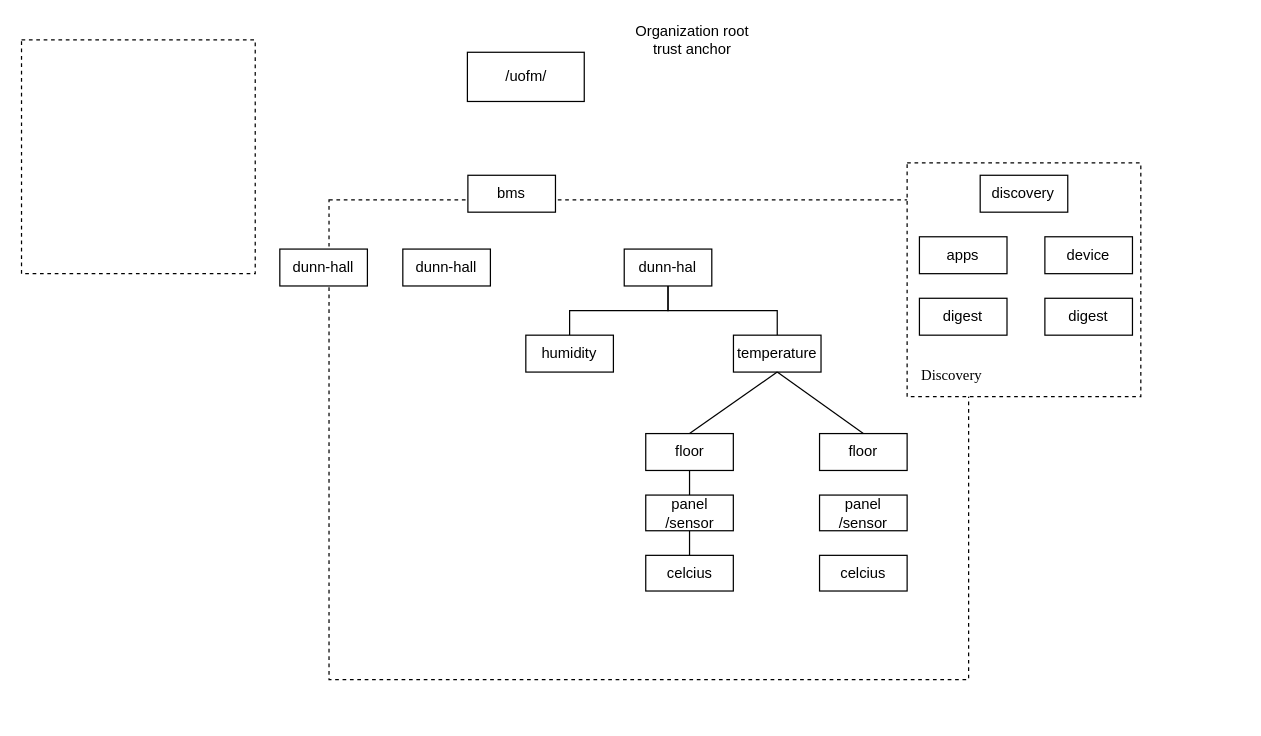
dulalsaurab/ROUTING keeps this draw.io diagram as Untitled Diagram.drawio. Above is the earlier version. Source tidied: cells renumbered, new cells numbered last; positions are measured from the earlier drawing's top-left corner, leaving out a move shared by most shapes. Both pictures are drawn from the tidied source at 123%, with x=0, y=0 at pixel (21, 21).
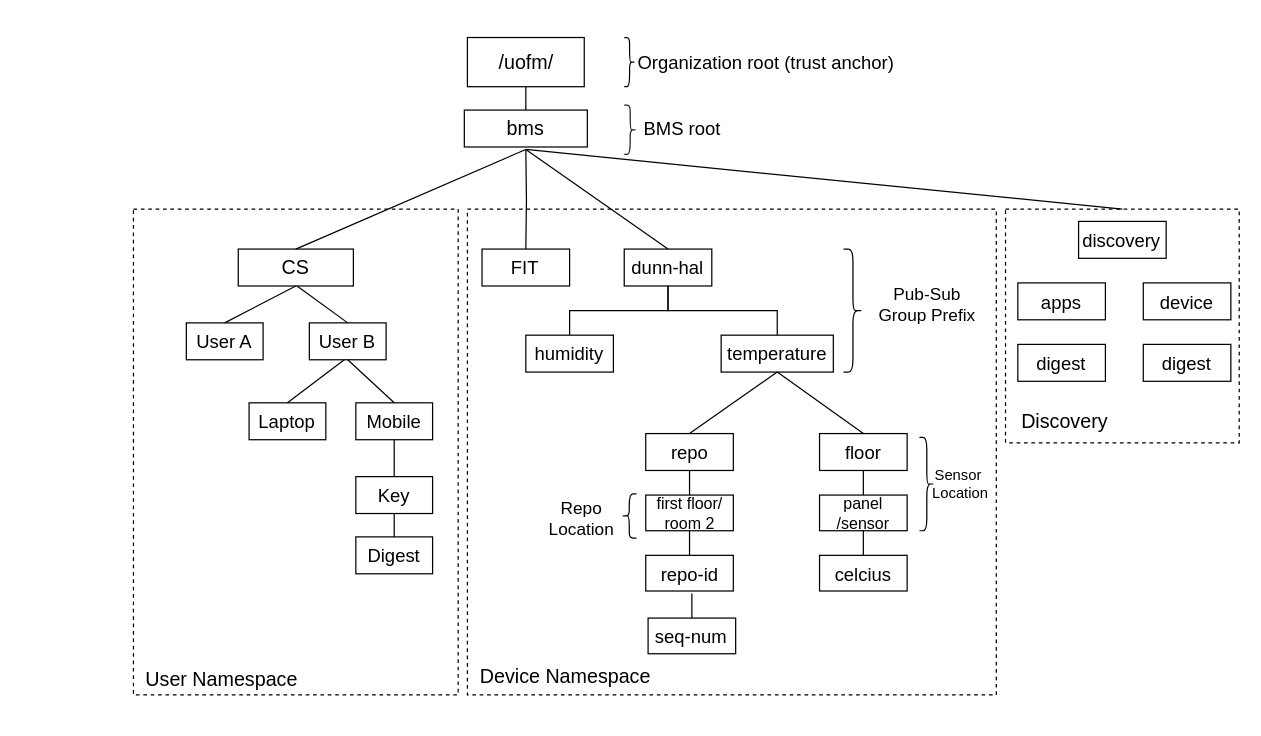
The same diagram, later.

What changed in the source:
```diff
@@
+    <mxCell id="31" style="edgeStyle=orthogonalEdgeStyle;rounded=0;jettySize=auto;html=1;exitX=0.5;exitY=1;exitDx=0;exitDy=0;entryX=0.5;entryY=0;entryDx=0;entryDy=0;startArrow=none;startFill=0;endArrow=none;endFill=0;" parent="1" edge="1" source="2" target="13">
+      <mxGeometry relative="1" as="geometry" />
+    </mxCell>
-    <mxCell id="2" value="/uofm/" style="rounded=0;whiteSpace=wrap;html=1;" parent="1" vertex="1">
-      <mxGeometry x="362.5" y="25" width="95" height="40" as="geometry" />
+    <mxCell id="2" value="&lt;font style=&quot;font-size: 16px&quot;&gt;/uofm/&lt;/font&gt;" style="rounded=0;whiteSpace=wrap;html=1;" parent="1" vertex="1">
+      <mxGeometry x="362.5" y="13" width="95" height="40" as="geometry" />
     </mxCell>
-    <mxCell id="3" value="Organization root&lt;br&gt;trust anchor" style="text;html=1;align=center;verticalAlign=middle;" parent="1" vertex="1">
-      <mxGeometry x="490" width="110" height="30" as="geometry" />
-    </mxCell>
-    <mxCell id="4" style="whiteSpace=wrap;html=1;dashed=1;" parent="1" vertex="1">
-      <mxGeometry y="15" width="190" height="190" as="geometry" />
-    </mxCell>
-    <mxCell id="5" style="rounded=0;whiteSpace=wrap;html=1;dashed=1;fillColor=none;" parent="1" vertex="1">
-      <mxGeometry x="250" y="145" width="520" height="390" as="geometry" />
+    <mxCell id="5" value="&lt;font style=&quot;font-size: 16px&quot;&gt;&lt;br&gt;&lt;br&gt;&lt;br&gt;&lt;br&gt;&lt;br&gt;&lt;br&gt;&lt;br&gt;&lt;br&gt;&lt;br&gt;&lt;br&gt;&lt;br&gt;&lt;br&gt;&lt;br&gt;&lt;br&gt;&lt;br&gt;&lt;br&gt;&lt;br&gt;&lt;br&gt;&lt;br&gt;&lt;font style=&quot;font-size: 16px&quot;&gt;&lt;br&gt;&amp;nbsp; Device Namespace&amp;nbsp; &amp;nbsp; &amp;nbsp; &amp;nbsp; &amp;nbsp; &amp;nbsp; &amp;nbsp; &amp;nbsp; &amp;nbsp; &amp;nbsp; &amp;nbsp; &amp;nbsp; &amp;nbsp; &amp;nbsp; &amp;nbsp; &amp;nbsp; &amp;nbsp; &amp;nbsp; &amp;nbsp; &amp;nbsp; &amp;nbsp; &amp;nbsp; &amp;nbsp; &amp;nbsp; &amp;nbsp; &amp;nbsp; &amp;nbsp; &amp;nbsp; &amp;nbsp; &amp;nbsp; &amp;nbsp; &amp;nbsp; &amp;nbsp; &amp;nbsp; &amp;nbsp; &amp;nbsp; &amp;nbsp; &amp;nbsp; &amp;nbsp; &amp;nbsp; &amp;nbsp;&amp;nbsp;&lt;/font&gt;&lt;/font&gt;" style="rounded=0;whiteSpace=wrap;html=1;dashed=1;" parent="1" vertex="1">
+      <mxGeometry x="362.5" y="152.5" width="430" height="395" as="geometry" />
     </mxCell>
     <mxCell id="6" style="group;" parent="1" vertex="1">
-      <mxGeometry x="720" y="115" width="190" height="190" as="geometry" />
+      <mxGeometry x="800" y="152.5" width="190" height="190" as="geometry" />
     </mxCell>
-    <mxCell id="7" value="&lt;h3 style=&quot;text-align: left&quot;&gt;&lt;font face=&quot;Times New Roman&quot; style=&quot;font-weight: normal&quot;&gt;&lt;br&gt;&lt;/font&gt;&lt;/h3&gt;&lt;h3&gt;&lt;font face=&quot;Times New Roman&quot; style=&quot;font-weight: normal&quot;&gt;&lt;br&gt;&lt;/font&gt;&lt;/h3&gt;&lt;h3&gt;&lt;font face=&quot;Times New Roman&quot; style=&quot;font-weight: normal&quot;&gt;&lt;br&gt;&lt;/font&gt;&lt;/h3&gt;&lt;h3&gt;&lt;span style=&quot;font-family: &amp;#34;times new roman&amp;#34; ; font-size: 12px ; font-weight: normal&quot;&gt;&lt;br&gt;&lt;/span&gt;&lt;/h3&gt;&lt;h3&gt;&lt;span style=&quot;font-family: &amp;#34;times new roman&amp;#34; ; font-size: 12px ; font-weight: normal&quot;&gt;&lt;br&gt;&lt;/span&gt;&lt;/h3&gt;&lt;h3&gt;&lt;span style=&quot;font-family: &amp;#34;times new roman&amp;#34; ; font-size: 12px ; font-weight: normal&quot;&gt;Discovery&amp;nbsp; &amp;nbsp; &amp;nbsp; &amp;nbsp; &amp;nbsp; &amp;nbsp; &amp;nbsp; &amp;nbsp; &amp;nbsp; &amp;nbsp; &amp;nbsp; &amp;nbsp; &amp;nbsp; &amp;nbsp; &amp;nbsp; &amp;nbsp; &amp;nbsp; &amp;nbsp; &amp;nbsp; &amp;nbsp;&lt;/span&gt;&lt;br&gt;&lt;/h3&gt;" style="whiteSpace=wrap;html=1;dashed=1;" parent="6" vertex="1">
+    <mxCell id="7" value="&lt;h3 style=&quot;text-align: left&quot;&gt;&lt;font style=&quot;font-weight: normal&quot;&gt;&lt;br&gt;&lt;/font&gt;&lt;/h3&gt;&lt;h3&gt;&lt;font style=&quot;font-weight: normal&quot;&gt;&lt;br&gt;&lt;/font&gt;&lt;/h3&gt;&lt;h3&gt;&lt;font style=&quot;font-weight: normal&quot;&gt;&lt;br&gt;&lt;/font&gt;&lt;/h3&gt;&lt;h3&gt;&lt;span style=&quot;font-size: 12px ; font-weight: normal&quot;&gt;&lt;br&gt;&lt;/span&gt;&lt;/h3&gt;&lt;h3&gt;&lt;span style=&quot;font-size: 12px ; font-weight: normal&quot;&gt;&lt;br&gt;&lt;/span&gt;&lt;/h3&gt;&lt;h3 style=&quot;font-size: 16px&quot;&gt;&lt;span style=&quot;font-weight: normal&quot;&gt;&lt;font style=&quot;font-size: 16px&quot;&gt;&lt;br&gt;&amp;nbsp; Discovery&lt;/font&gt;&lt;/span&gt;&lt;span style=&quot;font-weight: normal&quot;&gt;&amp;nbsp; &amp;nbsp; &amp;nbsp; &amp;nbsp; &amp;nbsp; &amp;nbsp; &amp;nbsp; &amp;nbsp; &amp;nbsp; &amp;nbsp; &amp;nbsp; &amp;nbsp; &amp;nbsp; &amp;nbsp; &amp;nbsp; &amp;nbsp;&amp;nbsp;&lt;/span&gt;&lt;br&gt;&lt;/h3&gt;" style="whiteSpace=wrap;html=1;dashed=1;" parent="6" vertex="1">
       <mxGeometry width="190" height="190" as="geometry" />
     </mxCell>
-    <mxCell id="8" value="discovery" style="rounded=0;whiteSpace=wrap;html=1;" parent="6" vertex="1">
+    <mxCell id="8" value="&lt;font style=&quot;font-size: 15px&quot;&gt;discovery&lt;/font&gt;" style="rounded=0;whiteSpace=wrap;html=1;" parent="6" vertex="1">
       <mxGeometry x="59.4" y="10" width="71.2" height="30" as="geometry" />
     </mxCell>
-    <mxCell id="9" value="apps" style="rounded=0;whiteSpace=wrap;html=1;" parent="6" vertex="1">
+    <mxCell id="9" value="&lt;font style=&quot;font-size: 15px&quot;&gt;apps&lt;/font&gt;" style="rounded=0;whiteSpace=wrap;html=1;" parent="6" vertex="1">
       <mxGeometry x="10" y="60" width="71.2" height="30" as="geometry" />
     </mxCell>
-    <mxCell id="10" value="device" style="rounded=0;whiteSpace=wrap;html=1;" parent="6" vertex="1">
+    <mxCell id="10" value="&lt;font style=&quot;font-size: 15px&quot;&gt;device&lt;/font&gt;" style="rounded=0;whiteSpace=wrap;html=1;" parent="6" vertex="1">
       <mxGeometry x="112" y="60" width="71.2" height="30" as="geometry" />
     </mxCell>
-    <mxCell id="11" value="digest" style="rounded=0;whiteSpace=wrap;html=1;" parent="6" vertex="1">
+    <mxCell id="11" value="&lt;font style=&quot;font-size: 15px&quot;&gt;digest&lt;/font&gt;" style="rounded=0;whiteSpace=wrap;html=1;" parent="6" vertex="1">
       <mxGeometry x="10" y="110" width="71.2" height="30" as="geometry" />
     </mxCell>
-    <mxCell id="12" value="digest" style="rounded=0;whiteSpace=wrap;html=1;" parent="6" vertex="1">
+    <mxCell id="12" value="&lt;font style=&quot;font-size: 15px&quot;&gt;digest&lt;/font&gt;" style="rounded=0;whiteSpace=wrap;html=1;" parent="6" vertex="1">
       <mxGeometry x="112" y="110" width="71.2" height="30" as="geometry" />
     </mxCell>
+    <mxCell id="32" style="edgeStyle=orthogonalEdgeStyle;rounded=0;jettySize=auto;html=1;exitX=0.5;exitY=1;exitDx=0;exitDy=0;entryX=0.5;entryY=0;entryDx=0;entryDy=0;startArrow=none;startFill=0;endArrow=none;endFill=0;" parent="1" edge="1" target="18">
+      <mxGeometry relative="1" as="geometry">
+        <mxPoint x="410" y="104" as="sourcePoint" />
+      </mxGeometry>
+    </mxCell>
-    <mxCell id="13" value="bms" style="rounded=0;whiteSpace=wrap;html=1;" parent="1" vertex="1">
-      <mxGeometry x="362.9" y="125" width="71.2" height="30" as="geometry" />
+    <mxCell id="13" value="&lt;font style=&quot;font-size: 16px&quot;&gt;bms&lt;/font&gt;" style="rounded=0;whiteSpace=wrap;html=1;" parent="1" vertex="1">
+      <mxGeometry x="360" y="72" width="100" height="30" as="geometry" />
     </mxCell>
-    <mxCell id="14" value="dunn-hall" style="rounded=0;whiteSpace=wrap;html=1;" parent="1" vertex="1">
-      <mxGeometry x="210" y="185" width="71.2" height="30" as="geometry" />
-    </mxCell>
@@
-    <mxCell id="17" value="dunn-hal" style="rounded=0;whiteSpace=wrap;html=1;" parent="1" vertex="1">
+    <mxCell id="17" value="&lt;font style=&quot;font-size: 15px&quot;&gt;dunn-hal&lt;/font&gt;" style="rounded=0;whiteSpace=wrap;html=1;" parent="1" vertex="1">
       <mxGeometry x="490" y="185" width="71.2" height="30" as="geometry" />
     </mxCell>
-    <mxCell id="18" value="dunn-hall" style="rounded=0;whiteSpace=wrap;html=1;" parent="1" vertex="1">
-      <mxGeometry x="310" y="185" width="71.2" height="30" as="geometry" />
+    <mxCell id="18" value="&lt;font style=&quot;font-size: 15px&quot;&gt;FIT&lt;/font&gt;" style="rounded=0;whiteSpace=wrap;html=1;" parent="1" vertex="1">
+      <mxGeometry x="374.4" y="185" width="71.2" height="30" as="geometry" />
     </mxCell>
-    <mxCell id="19" value="humidity" style="rounded=0;whiteSpace=wrap;html=1;" parent="1" vertex="1">
+    <mxCell id="19" value="&lt;font style=&quot;font-size: 15px&quot;&gt;humidity&lt;/font&gt;" style="rounded=0;whiteSpace=wrap;html=1;" parent="1" vertex="1">
       <mxGeometry x="410" y="255" width="71.2" height="30" as="geometry" />
     </mxCell>
@@
-    <mxCell id="21" value="floor" style="rounded=0;whiteSpace=wrap;html=1;" parent="1" vertex="1">
+    <mxCell id="21" value="&lt;font style=&quot;font-size: 15px&quot;&gt;repo&lt;/font&gt;" style="rounded=0;whiteSpace=wrap;html=1;" parent="1" vertex="1">
       <mxGeometry x="507.5" y="335" width="71.2" height="30" as="geometry" />
     </mxCell>
-    <mxCell id="22" value="temperature" style="rounded=0;whiteSpace=wrap;html=1;" parent="1" vertex="1">
-      <mxGeometry x="578.8" y="255" width="71.2" height="30" as="geometry" />
+    <mxCell id="22" value="&lt;font style=&quot;font-size: 15px&quot;&gt;temperature&lt;/font&gt;" style="rounded=0;whiteSpace=wrap;html=1;" parent="1" vertex="1">
+      <mxGeometry x="568.8" y="255" width="91.2" height="30" as="geometry" />
     </mxCell>
@@
-    <mxCell id="24" value="panel&lt;br&gt;/sensor" style="rounded=0;whiteSpace=wrap;html=1;" parent="1" vertex="1">
+    <mxCell id="24" value="&lt;font style=&quot;font-size: 13px&quot;&gt;first floor/&lt;br&gt;room 2&lt;/font&gt;" style="rounded=0;whiteSpace=wrap;html=1;" parent="1" vertex="1">
       <mxGeometry x="507.5" y="385" width="71.2" height="29" as="geometry" />
     </mxCell>
-    <mxCell id="25" value="&lt;span id=&quot;docs-internal-guid-1526ecd3-7fff-48b2-5e1f-bb265e6a694b&quot;&gt;&lt;span style=&quot;background-color: transparent ; vertical-align: baseline ; white-space: pre-wrap&quot;&gt;celcius&lt;br&gt;&lt;/span&gt;&lt;/span&gt;" style="rounded=0;whiteSpace=wrap;html=1;" parent="1" vertex="1">
+    <mxCell id="25" value="&lt;span id=&quot;docs-internal-guid-1526ecd3-7fff-48b2-5e1f-bb265e6a694b&quot;&gt;&lt;span style=&quot;background-color: transparent ; vertical-align: baseline ; white-space: pre-wrap&quot;&gt;&lt;font style=&quot;font-size: 15px&quot;&gt;repo-id&lt;/font&gt;&lt;br&gt;&lt;/span&gt;&lt;/span&gt;" style="rounded=0;whiteSpace=wrap;html=1;" parent="1" vertex="1">
       <mxGeometry x="507.5" y="434" width="71.2" height="29" as="geometry" />
     </mxCell>
@@
-    <mxCell id="27" value="floor" style="rounded=0;whiteSpace=wrap;html=1;" parent="1" vertex="1">
+    <mxCell id="27" value="&lt;font style=&quot;font-size: 15px&quot;&gt;floor&lt;/font&gt;" style="rounded=0;whiteSpace=wrap;html=1;" parent="1" vertex="1">
       <mxGeometry x="648.8" y="335" width="71.2" height="30" as="geometry" />
     </mxCell>
+    <mxCell id="33" style="edgeStyle=orthogonalEdgeStyle;rounded=0;jettySize=auto;html=1;exitX=0.5;exitY=1;exitDx=0;exitDy=0;entryX=0.5;entryY=0;entryDx=0;entryDy=0;startArrow=none;startFill=0;endArrow=none;endFill=0;" parent="1" edge="1" source="28" target="29">
+      <mxGeometry relative="1" as="geometry" />
+    </mxCell>
-    <mxCell id="28" value="panel&lt;br&gt;/sensor" style="rounded=0;whiteSpace=wrap;html=1;" parent="1" vertex="1">
+    <mxCell id="28" value="&lt;font style=&quot;font-size: 13px&quot;&gt;panel&lt;br&gt;/sensor&lt;/font&gt;" style="rounded=0;whiteSpace=wrap;html=1;" parent="1" vertex="1">
       <mxGeometry x="648.8" y="385" width="71.2" height="29" as="geometry" />
     </mxCell>
-    <mxCell id="29" value="&lt;span id=&quot;docs-internal-guid-1526ecd3-7fff-48b2-5e1f-bb265e6a694b&quot;&gt;&lt;span style=&quot;background-color: transparent ; vertical-align: baseline ; white-space: pre-wrap&quot;&gt;celcius&lt;br&gt;&lt;/span&gt;&lt;/span&gt;" style="rounded=0;whiteSpace=wrap;html=1;" parent="1" vertex="1">
+    <mxCell id="29" value="&lt;span id=&quot;docs-internal-guid-1526ecd3-7fff-48b2-5e1f-bb265e6a694b&quot;&gt;&lt;span style=&quot;background-color: transparent ; vertical-align: baseline ; white-space: pre-wrap&quot;&gt;&lt;font style=&quot;font-size: 15px&quot;&gt;celcius&lt;/font&gt;&lt;br&gt;&lt;/span&gt;&lt;/span&gt;" style="rounded=0;whiteSpace=wrap;html=1;" parent="1" vertex="1">
       <mxGeometry x="648.8" y="434" width="71.2" height="29" as="geometry" />
     </mxCell>
@@
+    <mxCell id="34" value="&lt;span id=&quot;docs-internal-guid-1526ecd3-7fff-48b2-5e1f-bb265e6a694b&quot;&gt;&lt;span style=&quot;background-color: transparent ; vertical-align: baseline ; white-space: pre-wrap&quot;&gt;&lt;font style=&quot;font-size: 15px&quot;&gt;seq-num&lt;/font&gt;&lt;br&gt;&lt;/span&gt;&lt;/span&gt;" style="rounded=0;whiteSpace=wrap;html=1;" parent="1" vertex="1">
+      <mxGeometry x="509.4" y="485" width="71.2" height="29" as="geometry" />
+    </mxCell>
+    <mxCell id="35" style="edgeStyle=orthogonalEdgeStyle;rounded=0;jettySize=auto;html=1;endArrow=none;endFill=0;entryX=0.5;entryY=0;entryDx=0;entryDy=0;" parent="1" edge="1" target="34">
+      <mxGeometry relative="1" as="geometry">
+        <mxPoint x="545" y="465" as="sourcePoint" />
+      </mxGeometry>
+    </mxCell>
+    <mxCell id="36" style="endArrow=none;html=1;exitX=0.5;exitY=0;exitDx=0;exitDy=0;entryX=0.5;entryY=1;entryDx=0;entryDy=0;" parent="1" edge="1" source="28" target="27">
+      <mxGeometry relative="1" as="geometry" />
+    </mxCell>
+    <mxCell id="37" style="endArrow=none;html=1;entryX=0.5;entryY=1;entryDx=0;entryDy=0;exitX=0.5;exitY=0;exitDx=0;exitDy=0;" parent="1" edge="1" source="17">
+      <mxGeometry relative="1" as="geometry">
+        <mxPoint x="410" y="104" as="targetPoint" />
+      </mxGeometry>
+    </mxCell>
+    <mxCell id="38" value="&lt;br&gt;&lt;br&gt;&lt;br&gt;&lt;br&gt;&lt;br&gt;&lt;br&gt;&lt;br&gt;&lt;br&gt;&lt;br&gt;&lt;br&gt;&lt;br&gt;&lt;br&gt;&lt;br&gt;&lt;br&gt;&lt;br&gt;&lt;br&gt;&lt;br&gt;&lt;br&gt;&lt;br&gt;&lt;br&gt;&lt;br&gt;&lt;br&gt;&lt;br&gt;&lt;br&gt;&lt;br&gt;&lt;br&gt;&lt;br&gt;&lt;font style=&quot;font-size: 16px&quot;&gt;&lt;font style=&quot;font-size: 16px&quot;&gt;&amp;nbsp; User Namespace&amp;nbsp; &lt;/font&gt;&lt;font style=&quot;font-size: 16px&quot;&gt;&amp;nbsp; &amp;nbsp; &amp;nbsp; &amp;nbsp; &amp;nbsp; &amp;nbsp; &amp;nbsp; &amp;nbsp; &amp;nbsp; &amp;nbsp; &amp;nbsp; &amp;nbsp; &amp;nbsp; &amp;nbsp; &amp;nbsp; &amp;nbsp; &lt;/font&gt;&lt;/font&gt;&lt;font style=&quot;font-size: 15px&quot;&gt;&amp;nbsp; &amp;nbsp; &amp;nbsp; &amp;nbsp;&lt;/font&gt;" style="rounded=0;whiteSpace=wrap;html=1;dashed=1;" parent="1" vertex="1">
+      <mxGeometry x="91" y="152.5" width="264" height="395" as="geometry" />
+    </mxCell>
+    <mxCell id="39" value="&lt;font style=&quot;font-size: 16px&quot;&gt;CS&lt;/font&gt;" style="rounded=0;whiteSpace=wrap;html=1;" parent="1" vertex="1">
+      <mxGeometry x="176.2" y="185" width="93.6" height="30" as="geometry" />
+    </mxCell>
+    <mxCell id="40" value="&lt;font style=&quot;font-size: 15px&quot;&gt;User A&lt;/font&gt;" style="rounded=0;whiteSpace=wrap;html=1;" parent="1" vertex="1">
+      <mxGeometry x="134" y="245" width="62.4" height="30" as="geometry" />
+    </mxCell>
+    <mxCell id="41" value="&lt;font style=&quot;font-size: 15px&quot;&gt;User B&lt;/font&gt;" style="rounded=0;whiteSpace=wrap;html=1;" parent="1" vertex="1">
+      <mxGeometry x="234" y="245" width="62.4" height="30" as="geometry" />
+    </mxCell>
+    <mxCell id="42" value="&lt;font style=&quot;font-size: 15px&quot;&gt;Laptop&lt;/font&gt;" style="rounded=0;whiteSpace=wrap;html=1;" parent="1" vertex="1">
+      <mxGeometry x="185" y="310" width="62.4" height="30" as="geometry" />
+    </mxCell>
+    <mxCell id="43" style="edgeStyle=orthogonalEdgeStyle;rounded=0;jettySize=auto;html=1;exitX=0.5;exitY=1;exitDx=0;exitDy=0;entryX=0.5;entryY=0;entryDx=0;entryDy=0;startArrow=none;startFill=0;endArrow=none;endFill=0;" parent="1" edge="1" source="44" target="46">
+      <mxGeometry relative="1" as="geometry" />
+    </mxCell>
+    <mxCell id="44" value="&lt;font style=&quot;font-size: 15px&quot;&gt;Mobile&lt;/font&gt;" style="rounded=0;whiteSpace=wrap;html=1;" parent="1" vertex="1">
+      <mxGeometry x="271.8" y="310" width="62.4" height="30" as="geometry" />
+    </mxCell>
+    <mxCell id="45" style="edgeStyle=orthogonalEdgeStyle;rounded=0;jettySize=auto;html=1;exitX=0.5;exitY=1;exitDx=0;exitDy=0;entryX=0.5;entryY=0;entryDx=0;entryDy=0;startArrow=none;startFill=0;endArrow=none;endFill=0;" parent="1" edge="1" source="46" target="47">
+      <mxGeometry relative="1" as="geometry" />
+    </mxCell>
+    <mxCell id="46" value="&lt;font style=&quot;font-size: 15px&quot;&gt;Key&lt;/font&gt;" style="rounded=0;whiteSpace=wrap;html=1;" parent="1" vertex="1">
+      <mxGeometry x="271.8" y="370" width="62.4" height="30" as="geometry" />
+    </mxCell>
+    <mxCell id="47" value="&lt;font style=&quot;font-size: 15px&quot;&gt;Digest&lt;/font&gt;" style="rounded=0;whiteSpace=wrap;html=1;" parent="1" vertex="1">
+      <mxGeometry x="271.8" y="419" width="62.4" height="30" as="geometry" />
+    </mxCell>
+    <mxCell id="48" style="shape=curlyBracket;whiteSpace=wrap;html=1;rounded=1;fillColor=#ffffff;rotation=-180;strokeColor=#000000;fontStyle=1;strokeWidth=1;gradientColor=#b3b3b3;perimeterSpacing=0;" parent="1" vertex="1">
+      <mxGeometry x="490" y="13" width="8.7" height="40" as="geometry" />
+    </mxCell>
+    <mxCell id="49" style="shape=curlyBracket;whiteSpace=wrap;html=1;rounded=1;fillColor=#f5f5f5;rotation=-180;strokeColor=#1C1C1C;strokeWidth=1;gradientColor=#b3b3b3;" parent="1" vertex="1">
+      <mxGeometry x="490" y="68" width="9.7" height="40" as="geometry" />
+    </mxCell>
+    <mxCell id="50" value="&lt;font style=&quot;font-size: 15px&quot;&gt;Organization root (trust anchor)&lt;/font&gt;" style="text;html=1;align=center;verticalAlign=middle;" parent="1" vertex="1">
+      <mxGeometry x="494.7" y="23" width="220" height="20" as="geometry" />
+    </mxCell>
+    <mxCell id="51" value="&lt;font style=&quot;font-size: 15px&quot;&gt;BMS root&amp;nbsp;&lt;/font&gt;" style="text;html=1;align=center;verticalAlign=middle;" parent="1" vertex="1">
+      <mxGeometry x="498.7" y="77" width="80" height="20" as="geometry" />
+    </mxCell>
+    <mxCell id="52" style="endArrow=none;html=1;entryX=0.5;entryY=1;entryDx=0;entryDy=0;exitX=0.5;exitY=0;exitDx=0;exitDy=0;" parent="1" edge="1" source="40" target="39">
+      <mxGeometry relative="1" as="geometry" />
+    </mxCell>
+    <mxCell id="53" style="endArrow=none;html=1;exitX=0.5;exitY=0;exitDx=0;exitDy=0;" parent="1" edge="1" source="41">
+      <mxGeometry relative="1" as="geometry">
+        <mxPoint x="224" y="215" as="targetPoint" />
+      </mxGeometry>
+    </mxCell>
+    <mxCell id="54" style="endArrow=none;html=1;entryX=0.654;entryY=0.316;entryDx=0;entryDy=0;entryPerimeter=0;exitX=0.5;exitY=0;exitDx=0;exitDy=0;" parent="1" edge="1" source="42">
+      <mxGeometry relative="1" as="geometry">
+        <mxPoint x="262.7" y="274.8" as="targetPoint" />
+      </mxGeometry>
+    </mxCell>
+    <mxCell id="55" style="endArrow=none;html=1;entryX=0.5;entryY=1;entryDx=0;entryDy=0;exitX=0.5;exitY=0;exitDx=0;exitDy=0;" parent="1" edge="1" source="44" target="41">
+      <mxGeometry relative="1" as="geometry" />
+    </mxCell>
+    <mxCell id="56" style="endArrow=none;html=1;exitX=0.5;exitY=0;exitDx=0;exitDy=0;entryX=0.5;entryY=1;entryDx=0;entryDy=0;" parent="1" edge="1" source="39">
+      <mxGeometry relative="1" as="geometry">
+        <mxPoint x="410" y="104" as="targetPoint" />
+      </mxGeometry>
+    </mxCell>
+    <mxCell id="57" style="shape=curlyBracket;whiteSpace=wrap;html=1;rounded=1;fillColor=#d5e8d4;rotation=-180;strokeColor=#000000;strokeWidth=1;" parent="1" vertex="1">
+      <mxGeometry x="668.3" y="185" width="15.3" height="100" as="geometry" />
+    </mxCell>
+    <mxCell id="58" style="shape=curlyBracket;whiteSpace=wrap;html=1;rounded=1;fillColor=#d5e8d4;rotation=-180;strokeColor=#000000;strokeWidth=1;" parent="1" vertex="1">
+      <mxGeometry x="730" y="338" width="12" height="76" as="geometry" />
+    </mxCell>
+    <mxCell id="59" value="&lt;font style=&quot;font-size: 14px&quot;&gt;Pub-Sub &lt;br&gt;Group Prefix&lt;/font&gt;" style="text;html=1;align=center;verticalAlign=middle;" parent="1" vertex="1">
+      <mxGeometry x="691" y="210" width="90" height="40" as="geometry" />
+    </mxCell>
+    <mxCell id="60" style="shape=curlyBracket;whiteSpace=wrap;html=1;rounded=1;fillColor=#d5e8d4;rotation=0;strokeColor=#000000;strokeWidth=1;" parent="1" vertex="1">
+      <mxGeometry x="488.2" y="384" width="11.8" height="36" as="geometry" />
+    </mxCell>
+    <mxCell id="61" value="&lt;font style=&quot;font-size: 14px&quot;&gt;Repo &lt;br&gt;Location&lt;/font&gt;" style="text;html=1;align=center;verticalAlign=middle;" parent="1" vertex="1">
+      <mxGeometry x="420" y="384" width="70" height="40" as="geometry" />
+    </mxCell>
+    <mxCell id="62" value="Sensor&amp;nbsp;&lt;br&gt;Location" style="text;html=1;align=center;verticalAlign=middle;" parent="1" vertex="1">
+      <mxGeometry x="732.5" y="361" width="60" height="30" as="geometry" />
+    </mxCell>
+    <mxCell id="63" style="endArrow=none;html=1;entryX=0.5;entryY=1;entryDx=0;entryDy=0;exitX=0.5;exitY=0;exitDx=0;exitDy=0;" parent="1" edge="1" source="7">
+      <mxGeometry relative="1" as="geometry">
+        <mxPoint x="410" y="104" as="targetPoint" />
+      </mxGeometry>
+    </mxCell>
```
